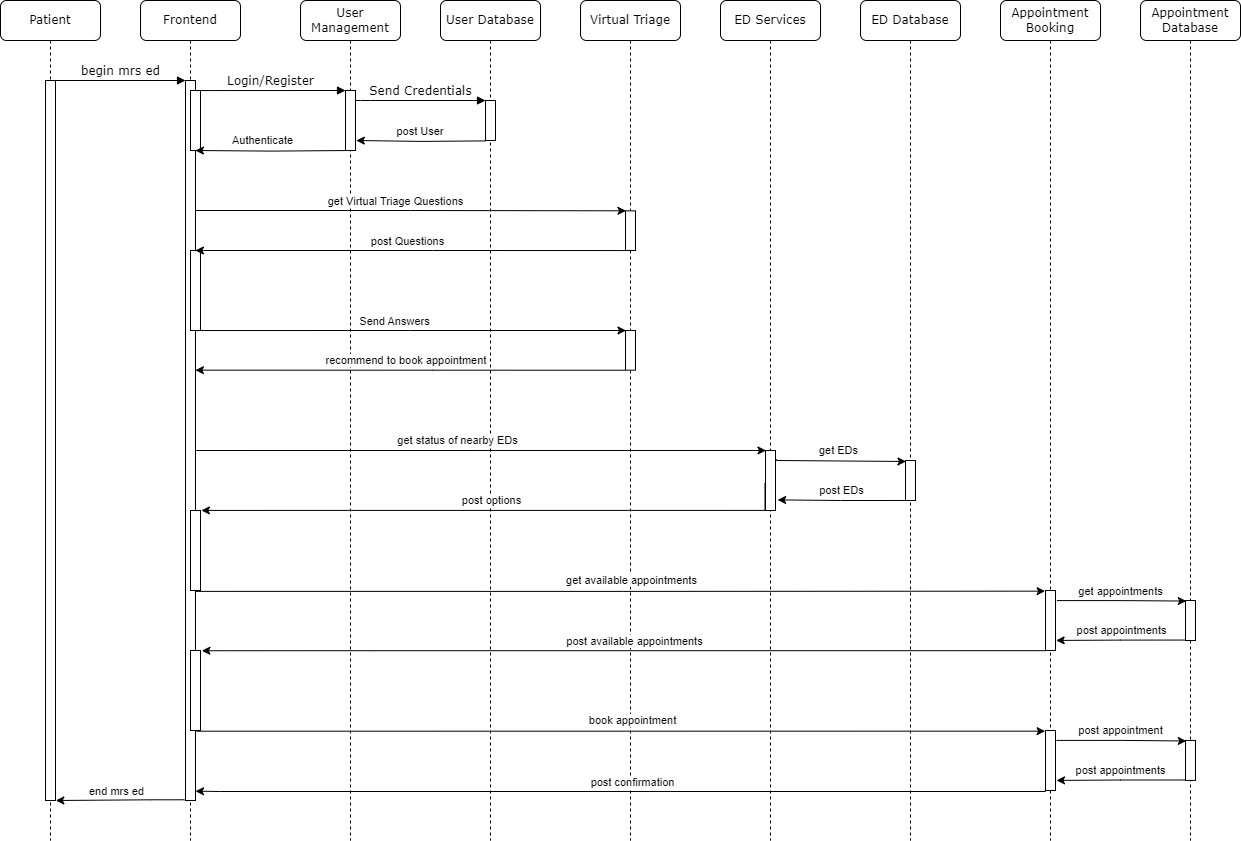
Before: diagrams/UC2_Sequence_Diagram.drawio.png, a diagram exported from draw.io (uvic-teach/project-m1-team6). Source tidied: cells renumbered, new cells last; positions are measured from the earlier drawing's top-left corner, leaving out a move shared by most shapes.
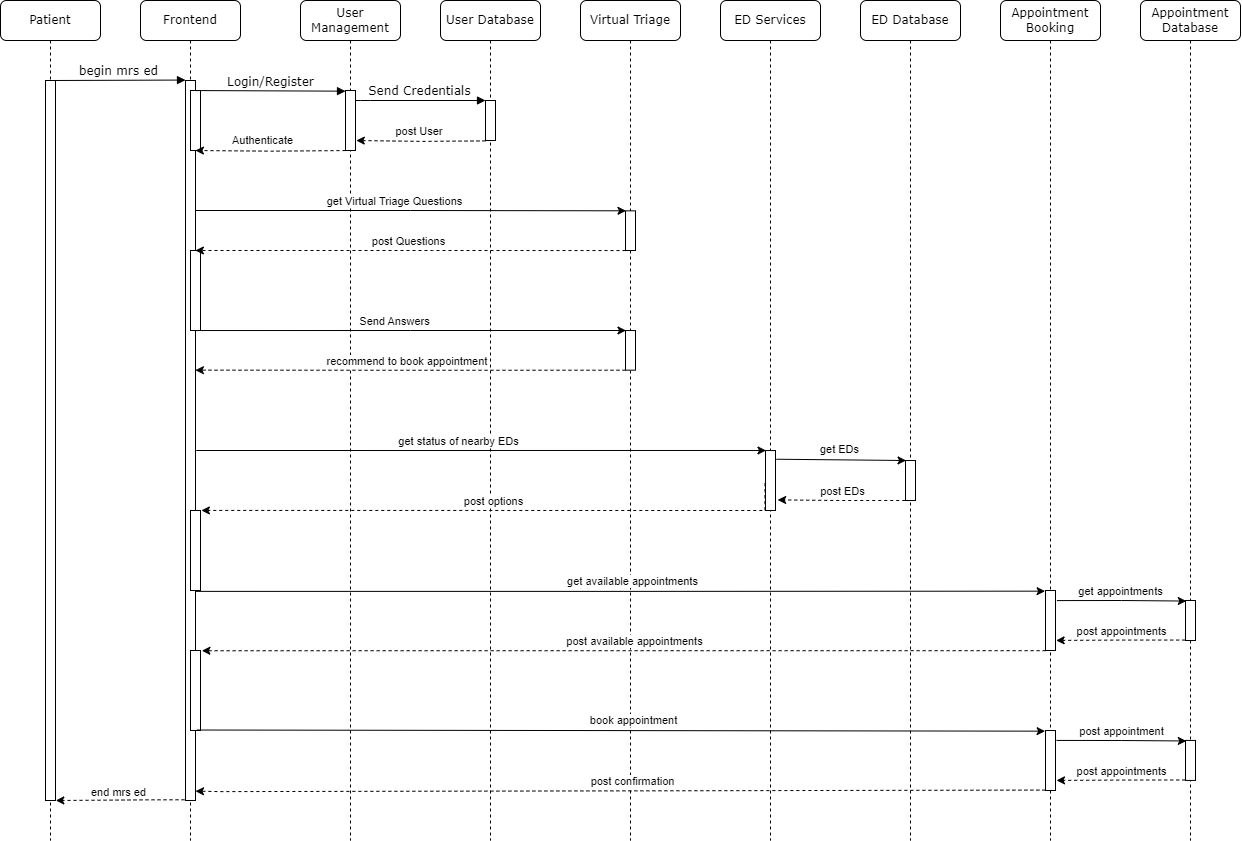
Later version of the same file.

What changed in the source:
```diff
@@ -38,7 +38,7 @@
         </Array>
       </mxGeometry>
     </mxCell>
-    <mxCell id="12" style="edgeStyle=orthogonalEdgeStyle;rounded=0;orthogonalLoop=1;jettySize=auto;html=1;entryX=0.549;entryY=0.315;entryDx=0;entryDy=0;entryPerimeter=0;" parent="10" edge="1">
+    <mxCell id="12" style="edgeStyle=orthogonalEdgeStyle;rounded=0;orthogonalLoop=1;jettySize=auto;html=1;entryX=0.549;entryY=0.315;entryDx=0;entryDy=0;entryPerimeter=0;dashed=1;" parent="10" edge="1">
       <mxGeometry relative="1" as="geometry">
         <mxPoint x="185" y="250" as="sourcePoint" />
         <mxPoint x="-245.1" y="250" as="targetPoint" />
@@ -110,7 +110,7 @@
         <mxPoint y="-9" as="offset" />
       </mxGeometry>
     </mxCell>
-    <mxCell id="30" style="edgeStyle=orthogonalEdgeStyle;rounded=0;orthogonalLoop=1;jettySize=auto;html=1;entryX=1.08;entryY=0.548;entryDx=0;entryDy=0;entryPerimeter=0;" parent="1" edge="1">
+    <mxCell id="30" style="edgeStyle=orthogonalEdgeStyle;rounded=0;orthogonalLoop=1;jettySize=auto;html=1;entryX=1.08;entryY=0.548;entryDx=0;entryDy=0;entryPerimeter=0;dashed=1;" parent="1" edge="1">
       <mxGeometry relative="1" as="geometry">
         <mxPoint x="485" y="140.4" as="sourcePoint" />
         <mxPoint x="355.8" y="140" as="targetPoint" />
@@ -121,7 +121,7 @@
         <mxPoint x="7" y="-9" as="offset" />
       </mxGeometry>
     </mxCell>
-    <mxCell id="32" style="edgeStyle=orthogonalEdgeStyle;rounded=0;orthogonalLoop=1;jettySize=auto;html=1;entryX=0.993;entryY=0.109;entryDx=0;entryDy=0;entryPerimeter=0;" parent="1" edge="1">
+    <mxCell id="32" style="edgeStyle=orthogonalEdgeStyle;rounded=0;orthogonalLoop=1;jettySize=auto;html=1;entryX=0.993;entryY=0.109;entryDx=0;entryDy=0;entryPerimeter=0;dashed=1;" parent="1" edge="1">
       <mxGeometry relative="1" as="geometry">
         <mxPoint x="345" y="150.1" as="sourcePoint" />
         <mxPoint x="194.9" y="150" as="targetPoint" />
@@ -132,7 +132,7 @@
         <mxPoint y="-10" as="offset" />
       </mxGeometry>
     </mxCell>
-    <mxCell id="34" style="edgeStyle=orthogonalEdgeStyle;rounded=0;orthogonalLoop=1;jettySize=auto;html=1;entryX=0.549;entryY=0.315;entryDx=0;entryDy=0;entryPerimeter=0;" parent="1" edge="1">
+    <mxCell id="34" style="edgeStyle=orthogonalEdgeStyle;rounded=0;orthogonalLoop=1;jettySize=auto;html=1;entryX=0.549;entryY=0.315;entryDx=0;entryDy=0;entryPerimeter=0;dashed=1;" parent="1" edge="1">
       <mxGeometry relative="1" as="geometry">
         <mxPoint x="625" y="369.7" as="sourcePoint" />
         <mxPoint x="194.9" y="369.7" as="targetPoint" />
@@ -175,7 +175,7 @@
         <mxPoint y="-12" as="offset" />
       </mxGeometry>
     </mxCell>
-    <mxCell id="41" style="edgeStyle=orthogonalEdgeStyle;rounded=0;jettySize=auto;html=1;exitX=-0.026;exitY=0.999;exitDx=0;exitDy=0;exitPerimeter=0;entryX=1.214;entryY=0.823;entryDx=0;entryDy=0;entryPerimeter=0;" parent="1" edge="1" source="18" target="16">
+    <mxCell id="41" style="edgeStyle=orthogonalEdgeStyle;rounded=0;jettySize=auto;html=1;exitX=-0.026;exitY=0.999;exitDx=0;exitDy=0;exitPerimeter=0;entryX=1.214;entryY=0.823;entryDx=0;entryDy=0;entryPerimeter=0;dashed=1;" parent="1" edge="1" source="18" target="16">
       <mxGeometry relative="1" as="geometry">
         <Array as="points">
           <mxPoint x="840" y="500" />
@@ -187,7 +187,7 @@
         <mxPoint x="5" y="-6" as="offset" />
       </mxGeometry>
     </mxCell>
-    <mxCell id="43" style="edgeStyle=orthogonalEdgeStyle;rounded=0;jettySize=auto;html=1;exitX=-0.05;exitY=0.544;exitDx=0;exitDy=0;exitPerimeter=0;entryX=1.088;entryY=-0.001;entryDx=0;entryDy=0;entryPerimeter=0;" parent="1" edge="1" source="16" target="5">
+    <mxCell id="43" style="edgeStyle=orthogonalEdgeStyle;rounded=0;jettySize=auto;html=1;exitX=-0.05;exitY=0.544;exitDx=0;exitDy=0;exitPerimeter=0;entryX=1.088;entryY=-0.001;entryDx=0;entryDy=0;entryPerimeter=0;dashed=1;" parent="1" edge="1" source="16" target="5">
       <mxGeometry relative="1" as="geometry">
         <Array as="points">
           <mxPoint x="765" y="510" />
@@ -211,7 +211,7 @@
         <mxPoint x="71" y="-14" as="offset" />
       </mxGeometry>
     </mxCell>
-    <mxCell id="47" style="edgeStyle=orthogonalEdgeStyle;rounded=0;jettySize=auto;html=1;exitX=0.013;exitY=1.003;exitDx=0;exitDy=0;exitPerimeter=0;entryX=1.137;entryY=0.003;entryDx=0;entryDy=0;entryPerimeter=0;" parent="1" edge="1" source="25" target="7">
+    <mxCell id="47" style="edgeStyle=orthogonalEdgeStyle;rounded=0;jettySize=auto;html=1;exitX=0.013;exitY=1.003;exitDx=0;exitDy=0;exitPerimeter=0;entryX=1.137;entryY=0.003;entryDx=0;entryDy=0;entryPerimeter=0;dashed=1;" parent="1" edge="1" source="25" target="7">
       <mxGeometry relative="1" as="geometry">
         <Array as="points">
           <mxPoint x="370" y="650" />
@@ -224,7 +224,7 @@
         <mxPoint x="-50" y="-7" as="offset" />
       </mxGeometry>
     </mxCell>
-    <mxCell id="49" style="edgeStyle=orthogonalEdgeStyle;rounded=0;jettySize=auto;html=1;entryX=1;entryY=0.987;entryDx=0;entryDy=0;entryPerimeter=0;exitX=-0.012;exitY=0.993;exitDx=0;exitDy=0;exitPerimeter=0;" parent="1" edge="1" source="26" target="3">
+    <mxCell id="49" style="edgeStyle=orthogonalEdgeStyle;rounded=0;jettySize=auto;html=1;entryX=1;entryY=0.987;entryDx=0;entryDy=0;entryPerimeter=0;exitX=-0.012;exitY=0.993;exitDx=0;exitDy=0;exitPerimeter=0;dashed=1;" parent="1" edge="1" source="26" target="3">
       <mxGeometry relative="1" as="geometry">
         <Array as="points">
           <mxPoint x="1045" y="791" />
@@ -237,7 +237,7 @@
         <mxPoint x="-50" y="-7" as="offset" />
       </mxGeometry>
     </mxCell>
-    <mxCell id="51" style="edgeStyle=orthogonalEdgeStyle;rounded=0;jettySize=auto;html=1;exitX=-0.098;exitY=0.999;exitDx=0;exitDy=0;exitPerimeter=0;entryX=1.031;entryY=1;entryDx=0;entryDy=0;entryPerimeter=0;" parent="1" edge="1" source="3" target="20">
+    <mxCell id="51" style="edgeStyle=orthogonalEdgeStyle;rounded=0;jettySize=auto;html=1;exitX=-0.098;exitY=0.999;exitDx=0;exitDy=0;exitPerimeter=0;entryX=1.031;entryY=1;entryDx=0;entryDy=0;entryPerimeter=0;dashed=1;" parent="1" edge="1" source="3" target="20">
       <mxGeometry relative="1" as="geometry">
         <Array as="points">
           <mxPoint x="150" y="799" />
@@ -283,7 +283,7 @@
         <mxPoint x="13" y="-9" as="offset" />
       </mxGeometry>
     </mxCell>
-    <mxCell id="60" style="edgeStyle=orthogonalEdgeStyle;rounded=0;jettySize=auto;html=1;entryX=1.064;entryY=0.832;entryDx=0;entryDy=0;entryPerimeter=0;exitX=-0.027;exitY=0.989;exitDx=0;exitDy=0;exitPerimeter=0;" parent="55" edge="1" source="57">
+    <mxCell id="60" style="edgeStyle=orthogonalEdgeStyle;rounded=0;jettySize=auto;html=1;entryX=1.064;entryY=0.832;entryDx=0;entryDy=0;entryPerimeter=0;exitX=-0.027;exitY=0.989;exitDx=0;exitDy=0;exitPerimeter=0;dashed=1;" parent="55" edge="1" source="57">
       <mxGeometry relative="1" as="geometry">
         <mxPoint x="-84" y="779.9" as="targetPoint" />
         <Array as="points">
@@ -308,7 +308,7 @@
         <mxPoint x="-15" y="-6" as="offset" />
       </mxGeometry>
     </mxCell>
-    <mxCell id="64" style="edgeStyle=orthogonalEdgeStyle;rounded=0;jettySize=auto;html=1;entryX=1.064;entryY=0.832;entryDx=0;entryDy=0;entryPerimeter=0;exitX=-0.027;exitY=0.989;exitDx=0;exitDy=0;exitPerimeter=0;" parent="1" edge="1" source="56" target="25">
+    <mxCell id="64" style="edgeStyle=orthogonalEdgeStyle;rounded=0;jettySize=auto;html=1;entryX=1.064;entryY=0.832;entryDx=0;entryDy=0;entryPerimeter=0;exitX=-0.027;exitY=0.989;exitDx=0;exitDy=0;exitPerimeter=0;dashed=1;" parent="1" edge="1" source="56" target="25">
       <mxGeometry relative="1" as="geometry">
         <Array as="points">
           <mxPoint x="1120" y="640" />
```
